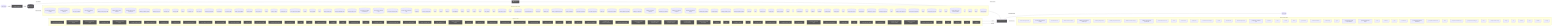
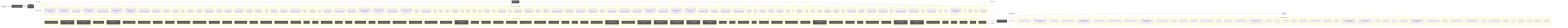
flowchart LR
  UserQ(["👤 User Query"])
  Embed["📐 Embedding Model"]
  VecDB[("📚 Vector Store")]
  Retriever["🔍 Retriever"]
  LLMNode["🧠 LLM / Generator"]
  Output(["✅ Response"])
  UserQ -->|query| Embed
  Embed -->|vector| VecDB
  VecDB -->|top-k chunks| Retriever
  Retriever -->|context + query| LLMNode
  LLMNode -->|generated answer| Output
  subgraph DetectedMemory["Detected memory stores"]
    det_detectedmemory_check_steering_feedback_contract_80134459[("check-steering-feedback-contract")]
    det_detectedmemory_normalize_workflow_contracts_8701f1c8[("normalize-workflow-contracts")]
    det_detectedmemory_sync_codex_preflight_7e7a8dc2[("sync-codex-preflight")]
    det_detectedmemory_test_harness_upgrade_matrix_84113c4e[("test-harness-upgrade-matrix")]
    det_detectedmemory_validate_prompt_context_drift_8c949ef6[("validate-prompt-context-drift")]
    det_detectedmemory_validate_runtime_packet_schemas_bc3ba8ec[("validate-runtime-packet-schemas")]
    det_detectedmemory_validate_system_prompt_gap_adoption_62d8c955[("validate-system-prompt-gap-adoption")]
    det_detectedmemory_validate_workflow_contracts_33dc063c[("validate-workflow-contracts")]
    det_detectedmemory_branch_protect_core_a8feb0fd[("branch-protect-core")]
    det_detectedmemory_ci_migrate_core_7005b5af[("ci-migrate-core")]
    det_detectedmemory_context_health_80bb7da9[("context-health")]
    det_detectedmemory_context_ea7792a2[("context")]
    det_detectedmemory_docs_gate_core_eb9b6c18[("docs-gate-core")]
    det_detectedmemory_index_context_de3ed39d[("index-context")]
    det_detectedmemory_local_memory_preflight_dcc36c42[("local-memory-preflight")]
    det_detectedmemory_memory_gate_a577a506[("memory-gate")]
    det_detectedmemory_next_runner_state_be6fe997[("next-runner-state")]
    det_detectedmemory_pattern_scope_siblings_43abe000[("pattern-scope-siblings")]
    det_detectedmemory_review_context_ca6cf81d[("review-context")]
    det_detectedmemory_review_gate_core_4c8001f9[("review-gate-core")]
    det_detectedmemory_search_24193290[("search")]
    det_detectedmemory_session_context_e5ec72c0[("session-context")]
    det_detectedmemory_tooling_audit_core_328d6a41[("tooling-audit-core")]
    det_detectedmemory_run_local_memory_preflight_36e92808[("run-local-memory-preflight")]
    det_detectedmemory_checker_d2d2328e[("checker")]
    det_detectedmemory_context_health_1_ceb11829[("context-health")]
    det_detectedmemory_types_2_d9bc6e7a[("types")]
    det_detectedmemory_branch_protect_sync_570adb18[("branch-protect-sync")]
    det_detectedmemory_command_capability_rules_ca3f496a[("command-capability-rules")]
    det_detectedmemory_command_specs_core_1c0ffc99[("command-specs-core")]
    det_detectedmemory_local_memory_preflight_command_spec_9e23f3ce[("local-memory-preflight-command-spec")]
    det_detectedmemory_memory_gate_command_spec_dc9001a9[("memory-gate-command-spec")]
    det_detectedmemory_review_gate_command_spec_3187376a[("review-gate-command-spec")]
    det_detectedmemory_session_context_command_spec_973afbb1[("session-context-command-spec")]
    det_detectedmemory_constants_7517017f[("constants")]
    det_detectedmemory_context_compact_policy_3dcaf95d[("context-compact-policy")]
    det_detectedmemory_index_3_7e40d474[("index")]
    det_detectedmemory_indexer_70fa78e5[("indexer")]
    det_detectedmemory_init_error_5c7dd49f[("init-error")]
    det_detectedmemory_lexical_fallback_723e2b3e[("lexical-fallback")]
    det_detectedmemory_ollama_76e3c7bf[("ollama")]
    det_detectedmemory_rollout_a4fa034c[("rollout")]
    det_detectedmemory_sources_878a52fc[("sources")]
    det_detectedmemory_store_824d80d7[("store")]
    det_detectedmemory_sync_contract_c79fa191[("sync-contract")]
    det_detectedmemory_types_8_f6283648[("types")]
    det_detectedmemory_harness_run_context_ac7c77a9[("harness-run-context")]
    det_detectedmemory_index_4_013aa0e3[("index")]
    det_detectedmemory_json_schema_core_96d7e328[("json-schema-core")]
    det_detectedmemory_policy_validators_core_714a3fe7[("policy-validators-core")]
    det_detectedmemory_types_core_e405ddca[("types-core")]
    det_detectedmemory_validator_core_4358f8ba[("validator-core")]
    det_detectedmemory_archive_candidates_scanner_d0931789[("archive-candidates-scanner")]
    det_detectedmemory_archive_candidates_dc0e40e1[("archive-candidates")]
    det_detectedmemory_docs_task_eval_contract_79347457[("docs-task-eval-contract")]
    det_detectedmemory_docs_task_eval_fixtures_44902755[("docs-task-eval-fixtures")]
    det_detectedmemory_init_modes_c05ceb07[("init-modes")]
    det_detectedmemory_project_brain_templates_7ef51530[("project-brain-templates")]
    det_detectedmemory_scaffold_diagram_templates_dd88e83c[("scaffold-diagram-templates")]
    det_detectedmemory_scaffold_doc_templates_f6152330[("scaffold-doc-templates")]
    det_detectedmemory_scaffold_environment_templates_c1ceba6a[("scaffold-environment-templates")]
    det_detectedmemory_scaffold_hook_templates_8c74ab50[("scaffold-hook-templates")]
    det_detectedmemory_scaffold_root_command_templates_404fed7f[("scaffold-root-command-templates")]
    det_detectedmemory_scaffold_script_template_registry_69312d4e[("scaffold-script-template-registry")]
    det_detectedmemory_scaffold_shell_templates_0ad0f915[("scaffold-shell-templates")]
    det_detectedmemory_scaffold_surfaces_12d6494e[("scaffold-surfaces")]
    det_detectedmemory_scaffold_template_registry_b1cce2aa[("scaffold-template-registry")]
    det_detectedmemory_scaffold_workflow_template_92310587[("scaffold-workflow-template")]
    det_detectedmemory_eval_seed_5699fd3e[("eval-seed")]
    det_detectedmemory_index_10_f6785a46[("index")]
    det_detectedmemory_review_context_1_e3afed15[("review-context")]
    det_detectedmemory_memory_gate_1_265164ac[("memory-gate")]
    det_detectedmemory_branch_enforcer_acb749cd[("branch-enforcer")]
    det_detectedmemory_cli_args_5_09ea29f0[("cli-args")]
    det_detectedmemory_cli_7_dc4a9f7f[("cli")]
    det_detectedmemory_metrics_tracker_98cec29c[("metrics-tracker")]
    det_detectedmemory_types_19_eb4ad5f0[("types")]
    det_detectedmemory_validator_5_b19ac2be[("validator")]
    det_detectedmemory_classifier_fe1991a9[("classifier")]
    det_detectedmemory_tooling_baseline_50ab2eeb[("tooling-baseline")]
    det_detectedmemory_claim_helpers_20dc8387[("claim-helpers")]
    det_detectedmemory_types_24_c63dc1a7[("types")]
    det_detectedmemory_local_memory_smoke_1175abfc[("local-memory-smoke")]
    det_detectedmemory_local_memory_0db17ecc[("local-memory")]
    det_detectedmemory_performance_overload_c685bfcf[("performance-overload")]
    det_detectedmemory_suggestion_generator_0956f794[("suggestion-generator")]
    det_detectedmemory_index_12_762ec91b[("index")]
    det_detectedmemory_prompt_context_drift_report_3257a95c[("prompt-context-drift-report")]
    det_detectedmemory_prompt_context_drift_types_ba6863d4[("prompt-context-drift-types")]
    det_detectedmemory_index_13_97df39c8[("index")]
    det_detectedmemory_prompt_context_receipt_17b862b2[("prompt-context-receipt")]
    det_detectedmemory_types_31_eb363e20[("types")]
    det_detectedmemory_policy_1_fc4198db[("policy")]
    det_detectedmemory_runtime_card_codex_runtime_validation_d8ce9934[("runtime-card-codex-runtime-validation")]
    det_detectedmemory_cli_12_01c06c37[("cli")]
    det_detectedmemory_collector_0736fd5b[("collector")]
    det_detectedmemory_types_34_85e6a0bb[("types")]
    det_detectedmemory_overload_guard_2748c559[("overload-guard")]
  end
  VecDB -. "implemented by" .-> DetectedMemory
  subgraph DetectedLLM["Detected LLM clients"]
    det_detectedllm_check_codex_agent_roles_5bb2e89b["check-codex-agent-roles"]
    det_detectedllm_check_steering_feedback_contract_80134459["check-steering-feedback-contract"]
    det_detectedllm_run_harness_evals_77704768["run-harness-evals"]
    det_detectedllm_validate_decision_request_2e5c325e["validate-decision-request"]
    det_detectedllm_validate_goal_completion_audit_receipt_100d252c["validate-goal-completion-audit-receipt"]
    det_detectedllm_validate_packaged_skill_5e32c890["validate-packaged-skill"]
    det_detectedllm_validate_prompt_context_drift_8c949ef6["validate-prompt-context-drift"]
    det_detectedllm_validate_reviewer_coverage_251efee3["validate-reviewer-coverage"]
    det_detectedllm_validate_system_prompt_gap_adoption_62d8c955["validate-system-prompt-gap-adoption"]
    det_detectedllm_check_environment_core_2c16213f["check-environment-core"]
    det_detectedllm_context_ea7792a2["context"]
    det_detectedllm_index_context_de3ed39d["index-context"]
    det_detectedllm_prompt_gate_c5e9d207["prompt-gate"]
    det_detectedllm_remediate_runner_helpers_929fedcc["remediate-runner-helpers"]
    det_detectedllm_search_24193290["search"]
    det_detectedllm_context_health_1_ceb11829["context-health"]
    det_detectedllm_command_specs_core_1c0ffc99["command-specs-core"]
    det_detectedllm_prompt_gate_command_spec_9a941482["prompt-gate-command-spec"]
    det_detectedllm_constants_7517017f["constants"]
    det_detectedllm_index_3_7e40d474["index"]
    det_detectedllm_indexer_70fa78e5["indexer"]
    det_detectedllm_ollama_76e3c7bf["ollama"]
    det_detectedllm_sync_contract_c79fa191["sync-contract"]
    det_detectedllm_north_star_validators_cfc926ce["north-star-validators"]
    det_detectedllm_hilt_boundary_9b36fb15["hilt-boundary"]
    det_detectedllm_types_10_75e5a4a0["types"]
    det_detectedllm_goal_completion_audit_receipt_validation_9d0f4891["goal-completion-audit-receipt-validation"]
    det_detectedllm_goal_completion_audit_receipt_5e4939c3["goal-completion-audit-receipt"]
    det_detectedllm_index_5_522f772a["index"]
    det_detectedllm_constants_1_a84e15f0["constants"]
    det_detectedllm_types_17_ed30531c["types"]
    det_detectedllm_sensitive_text_7c11f760["sensitive-text"]
    det_detectedllm_pr_template_linked_issue_relationship_a7b61f2c["pr-template-linked-issue-relationship"]
    det_detectedllm_pr_template_validator_rules_20a32d6b["pr-template-validator-rules"]
    det_detectedllm_index_12_762ec91b["index"]
    det_detectedllm_prompt_context_drift_report_3257a95c["prompt-context-drift-report"]
    det_detectedllm_prompt_context_drift_types_ba6863d4["prompt-context-drift-types"]
    det_detectedllm_index_13_97df39c8["index"]
    det_detectedllm_prompt_context_receipt_17b862b2["prompt-context-receipt"]
    det_detectedllm_cli_args_9_9c136878["cli-args"]
    det_detectedllm_cli_11_338a8415["cli"]
    det_detectedllm_sections_4697ef32["sections"]
    det_detectedllm_types_27_4d134744["types"]
    det_detectedllm_validator_7_f836eb0e["validator"]
    det_detectedllm_cli_args_10_861cdd3f["cli-args"]
  end
  LLMNode -. "implemented by" .-> DetectedLLM
  subgraph DetectedTools["Agentic tool calls"]
    det_detectedtools_check_codex_agent_roles_5bb2e89b["🔧 check-codex-agent-roles"]
    det_detectedtools_check_steering_feedback_contract_80134459["🔧 check-steering-feedback-contract"]
    det_detectedtools_check_tooling_baseline_parity_3124b30a["🔧 check-tooling-baseline-parity"]
    det_detectedtools_run_harness_evals_77704768["🔧 run-harness-evals"]
    det_detectedtools_validate_action_review_receipt_fa2f06c3["🔧 validate-action-review-receipt"]
    det_detectedtools_validate_packaged_skill_5e32c890["🔧 validate-packaged-skill"]
    det_detectedtools_validate_replay_packet_f309747e["🔧 validate-replay-packet"]
    det_detectedtools_ci_migrate_core_7005b5af["🔧 ci-migrate-core"]
    det_detectedtools_doctor_checks_5a2eb2b9["🔧 doctor-checks"]
    det_detectedtools_doctor_github_tool_check_e0a938df["🔧 doctor-github-tool-check"]
    det_detectedtools_doctor_github_tool_checks_a53b0382["🔧 doctor-github-tool-checks"]
    det_detectedtools_doctor_tool_checks_4acac51a["🔧 doctor-tool-checks"]
+     det_detectedtools_fleet_plan_repo_ecdc6499["🔧 fleet-plan-repo"]
    det_detectedtools_next_blocked_decisions_4140ad2b["🔧 next-blocked-decisions"]
    det_detectedtools_policy_gate_213f7313["🔧 policy-gate"]
    det_detectedtools_remediate_cli_output_cc165396["🔧 remediate-cli-output"]
    det_detectedtools_remediate_runner_helpers_929fedcc["🔧 remediate-runner-helpers"]
    det_detectedtools_review_gate_core_4c8001f9["🔧 review-gate-core"]
    det_detectedtools_index_1bc04b52["🔧 index"]
    det_detectedtools_types_1_4ecdf56e["🔧 types"]
    det_detectedtools_validation_constants_e002a0f6["🔧 validation-constants"]
    det_detectedtools_validation_98c41dcd["🔧 validation"]
    det_detectedtools_checker_d2d2328e["🔧 checker"]
    det_detectedtools_shared_state_policy_edc9c4db["🔧 shared-state-policy"]
    det_detectedtools_cli_args_1_6144b055["🔧 cli-args"]
    det_detectedtools_command_capabilities_a4d5c71e["🔧 command-capabilities"]
    det_detectedtools_command_capability_rules_ca3f496a["🔧 command-capability-rules"]
    det_detectedtools_linear_command_actions_e430f4f4["🔧 linear-command-actions"]
    det_detectedtools_linear_command_runner_4a740dfc["🔧 linear-command-runner"]
    det_detectedtools_policy_validators_core_714a3fe7["🔧 policy-validators-core"]
    det_detectedtools_shared_state_action_validator_e7b128cd["🔧 shared-state-action-validator"]
    det_detectedtools_types_core_e405ddca["🔧 types-core"]
    det_detectedtools_validator_core_4358f8ba["🔧 validator-core"]
    det_detectedtools_validator_helpers_7b927667["🔧 validator-helpers"]
    det_detectedtools_he_phase_exit_core_1148895b["🔧 he-phase-exit-core"]
    det_detectedtools_environment_runtime_3206f0a8["🔧 environment-runtime"]
    det_detectedtools_observed_skill_usage_ed7d5930["🔧 observed-skill-usage"]
    det_detectedtools_closure_evidence_aaa31467["🔧 closure-evidence"]
    det_detectedtools_pr_creator_dc6b1ea4["🔧 pr-creator"]
    det_detectedtools_client_948fe603["🔧 client"]
    det_detectedtools_init_output_360dce91["🔧 init-output"]
    det_detectedtools_scaffold_ci_templates_2afd6392["🔧 scaffold-ci-templates"]
    det_detectedtools_scaffold_codex_environment_templates_334fbbed["🔧 scaffold-codex-environment-templates"]
    det_detectedtools_scaffold_config_templates_4b80ce53["🔧 scaffold-config-templates"]
    det_detectedtools_scaffold_environment_templates_c1ceba6a["🔧 scaffold-environment-templates"]
    det_detectedtools_scaffold_github_actions_pr_pipeline_renderer_1ee18de5["🔧 scaffold-github-actions-pr-pipeline-renderer"]
    det_detectedtools_scaffold_github_actions_pr_pipeline_template_e2b85f62["🔧 scaffold-github-actions-pr-pipeline-template"]
    det_detectedtools_scaffold_package_command_template_80e32e83["🔧 scaffold-package-command-template"]
    det_detectedtools_scaffold_release_private_npm_template_075499f8["🔧 scaffold-release-private-npm-template"]
    det_detectedtools_constants_1_a84e15f0["🔧 constants"]
    det_detectedtools_index_9_32dd4d91["🔧 index"]
    det_detectedtools_validation_common_6161e48b["🔧 validation-common"]
    det_detectedtools_cli_7_dc4a9f7f["🔧 cli"]
    det_detectedtools_metrics_tracker_98cec29c["🔧 metrics-tracker"]
    det_detectedtools_normalise_renderer_85f2e563["🔧 normalise-renderer"]
    det_detectedtools_evaluation_engine_core_e054fe49["🔧 evaluation-engine-core"]
    det_detectedtools_tooling_baseline_50ab2eeb["🔧 tooling-baseline"]
    det_detectedtools_prompt_context_drift_report_3257a95c["🔧 prompt-context-drift-report"]
    det_detectedtools_prompt_context_drift_types_ba6863d4["🔧 prompt-context-drift-types"]
    det_detectedtools_replay_packet_a1293f88["🔧 replay-packet"]
    det_detectedtools_index_14_d982116c["🔧 index"]
    det_detectedtools_review_lifecycle_contract_e5447221["🔧 review-lifecycle-contract"]
    det_detectedtools_review_lifecycle_89afa64c["🔧 review-lifecycle"]
    det_detectedtools_runtime_card_codex_runtime_validation_d8ce9934["🔧 runtime-card-codex-runtime-validation"]
    det_detectedtools_runtime_card_codex_runtime_0655e230["🔧 runtime-card-codex-runtime"]
    det_detectedtools_runtime_evidence_bundle_d471a232["🔧 runtime-evidence-bundle"]
    det_detectedtools_types_36_674380ec["🔧 types"]
    det_detectedtools_index_17_642943a2["🔧 index"]
    det_detectedtools_projection_1b250ea1["🔧 projection"]
    det_detectedtools_types_38_e8efcd57["🔧 types"]
    det_detectedtools_validation_7_c4e6d8b6["🔧 validation"]
  end
  LLMNode -->|tool use| DetectedTools
  DetectedTools -->|result| LLMNode
  classDef memNode fill:#555,color:#fff
  class VecDB,Retriever memNode
  classDef llmNode fill:#555,color:#fff
  class LLMNode,Embed llmNode
  classDef toolNode fill:#555,color:#fff
-   class det_detectedtools_check_codex_agent_roles_5bb2e89b,det_detectedtools_check_steering_feedback_contract_80134459,det_detectedtools_check_tooling_baseline_parity_3124b30a,det_detectedtools_run_harness_evals_77704768,det_detectedtools_validate_action_review_receipt_fa2f06c3,det_detectedtools_validate_packaged_skill_5e32c890,det_detectedtools_validate_replay_packet_f309747e,det_detectedtools_ci_migrate_core_7005b5af,det_detectedtools_doctor_checks_5a2eb2b9,det_detectedtools_doctor_github_tool_check_e0a938df,det_detectedtools_doctor_github_tool_checks_a53b0382,det_detectedtools_doctor_tool_checks_4acac51a,det_detectedtools_next_blocked_decisions_4140ad2b,det_detectedtools_policy_gate_213f7313,det_detectedtools_remediate_cli_output_cc165396,det_detectedtools_remediate_runner_helpers_929fedcc,det_detectedtools_review_gate_core_4c8001f9,det_detectedtools_index_1bc04b52,det_detectedtools_types_1_4ecdf56e,det_detectedtools_validation_constants_e002a0f6,det_detectedtools_validation_98c41dcd,det_detectedtools_checker_d2d2328e,det_detectedtools_shared_state_policy_edc9c4db,det_detectedtools_cli_args_1_6144b055,det_detectedtools_command_capabilities_a4d5c71e,det_detectedtools_command_capability_rules_ca3f496a,det_detectedtools_linear_command_actions_e430f4f4,det_detectedtools_linear_command_runner_4a740dfc,det_detectedtools_policy_validators_core_714a3fe7,det_detectedtools_shared_state_action_validator_e7b128cd,det_detectedtools_types_core_e405ddca,det_detectedtools_validator_core_4358f8ba,det_detectedtools_validator_helpers_7b927667,det_detectedtools_he_phase_exit_core_1148895b,det_detectedtools_environment_runtime_3206f0a8,det_detectedtools_observed_skill_usage_ed7d5930,det_detectedtools_closure_evidence_aaa31467,det_detectedtools_pr_creator_dc6b1ea4,det_detectedtools_client_948fe603,det_detectedtools_init_output_360dce91,det_detectedtools_scaffold_ci_templates_2afd6392,det_detectedtools_scaffold_codex_environment_templates_334fbbed,det_detectedtools_scaffold_config_templates_4b80ce53,det_detectedtools_scaffold_environment_templates_c1ceba6a,det_detectedtools_scaffold_github_actions_pr_pipeline_renderer_1ee18de5,det_detectedtools_scaffold_github_actions_pr_pipeline_template_e2b85f62,det_detectedtools_scaffold_package_command_template_80e32e83,det_detectedtools_scaffold_release_private_npm_template_075499f8,det_detectedtools_constants_1_a84e15f0,det_detectedtools_index_9_32dd4d91,det_detectedtools_validation_common_6161e48b,det_detectedtools_cli_7_dc4a9f7f,det_detectedtools_metrics_tracker_98cec29c,det_detectedtools_normalise_renderer_85f2e563,det_detectedtools_evaluation_engine_core_e054fe49,det_detectedtools_tooling_baseline_50ab2eeb,det_detectedtools_prompt_context_drift_report_3257a95c,det_detectedtools_prompt_context_drift_types_ba6863d4,det_detectedtools_replay_packet_a1293f88,det_detectedtools_index_14_d982116c,det_detectedtools_review_lifecycle_contract_e5447221,det_detectedtools_review_lifecycle_89afa64c,det_detectedtools_runtime_card_codex_runtime_validation_d8ce9934,det_detectedtools_runtime_card_codex_runtime_0655e230,det_detectedtools_runtime_evidence_bundle_d471a232,det_detectedtools_types_36_674380ec,det_detectedtools_index_17_642943a2,det_detectedtools_projection_1b250ea1,det_detectedtools_types_38_e8efcd57,det_detectedtools_validation_7_c4e6d8b6 toolNode
+   class det_detectedtools_check_codex_agent_roles_5bb2e89b,det_detectedtools_check_steering_feedback_contract_80134459,det_detectedtools_check_tooling_baseline_parity_3124b30a,det_detectedtools_run_harness_evals_77704768,det_detectedtools_validate_action_review_receipt_fa2f06c3,det_detectedtools_validate_packaged_skill_5e32c890,det_detectedtools_validate_replay_packet_f309747e,det_detectedtools_ci_migrate_core_7005b5af,det_detectedtools_doctor_checks_5a2eb2b9,det_detectedtools_doctor_github_tool_check_e0a938df,det_detectedtools_doctor_github_tool_checks_a53b0382,det_detectedtools_doctor_tool_checks_4acac51a,det_detectedtools_fleet_plan_repo_ecdc6499,det_detectedtools_next_blocked_decisions_4140ad2b,det_detectedtools_policy_gate_213f7313,det_detectedtools_remediate_cli_output_cc165396,det_detectedtools_remediate_runner_helpers_929fedcc,det_detectedtools_review_gate_core_4c8001f9,det_detectedtools_index_1bc04b52,det_detectedtools_types_1_4ecdf56e,det_detectedtools_validation_constants_e002a0f6,det_detectedtools_validation_98c41dcd,det_detectedtools_checker_d2d2328e,det_detectedtools_shared_state_policy_edc9c4db,det_detectedtools_cli_args_1_6144b055,det_detectedtools_command_capabilities_a4d5c71e,det_detectedtools_command_capability_rules_ca3f496a,det_detectedtools_linear_command_actions_e430f4f4,det_detectedtools_linear_command_runner_4a740dfc,det_detectedtools_policy_validators_core_714a3fe7,det_detectedtools_shared_state_action_validator_e7b128cd,det_detectedtools_types_core_e405ddca,det_detectedtools_validator_core_4358f8ba,det_detectedtools_validator_helpers_7b927667,det_detectedtools_he_phase_exit_core_1148895b,det_detectedtools_environment_runtime_3206f0a8,det_detectedtools_observed_skill_usage_ed7d5930,det_detectedtools_closure_evidence_aaa31467,det_detectedtools_pr_creator_dc6b1ea4,det_detectedtools_client_948fe603,det_detectedtools_init_output_360dce91,det_detectedtools_scaffold_ci_templates_2afd6392,det_detectedtools_scaffold_codex_environment_templates_334fbbed,det_detectedtools_scaffold_config_templates_4b80ce53,det_detectedtools_scaffold_environment_templates_c1ceba6a,det_detectedtools_scaffold_github_actions_pr_pipeline_renderer_1ee18de5,det_detectedtools_scaffold_github_actions_pr_pipeline_template_e2b85f62,det_detectedtools_scaffold_package_command_template_80e32e83,det_detectedtools_scaffold_release_private_npm_template_075499f8,det_detectedtools_constants_1_a84e15f0,det_detectedtools_index_9_32dd4d91,det_detectedtools_validation_common_6161e48b,det_detectedtools_cli_7_dc4a9f7f,det_detectedtools_metrics_tracker_98cec29c,det_detectedtools_normalise_renderer_85f2e563,det_detectedtools_evaluation_engine_core_e054fe49,det_detectedtools_tooling_baseline_50ab2eeb,det_detectedtools_prompt_context_drift_report_3257a95c,det_detectedtools_prompt_context_drift_types_ba6863d4,det_detectedtools_replay_packet_a1293f88,det_detectedtools_index_14_d982116c,det_detectedtools_review_lifecycle_contract_e5447221,det_detectedtools_review_lifecycle_89afa64c,det_detectedtools_runtime_card_codex_runtime_validation_d8ce9934,det_detectedtools_runtime_card_codex_runtime_0655e230,det_detectedtools_runtime_evidence_bundle_d471a232,det_detectedtools_types_36_674380ec,det_detectedtools_index_17_642943a2,det_detectedtools_projection_1b250ea1,det_detectedtools_types_38_e8efcd57,det_detectedtools_validation_7_c4e6d8b6 toolNode
